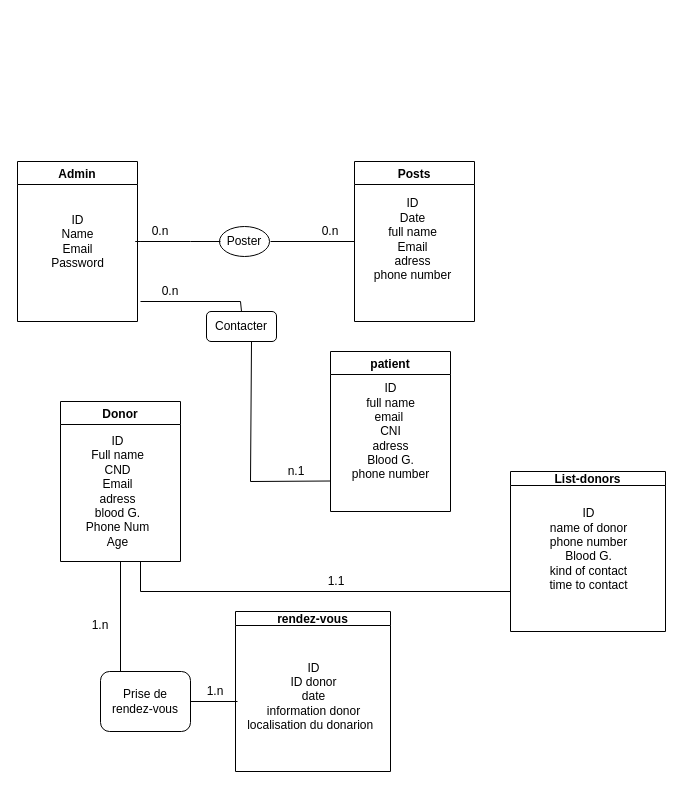
Above: mcd.drawio in chaima-marzouk/projet-fil-rouge (draw.io), before the change. Source tidied: cells renumbered, new cells numbered last; positions are measured from the earlier drawing's top-left corner, leaving out a move shared by most shapes. Both pictures are drawn from the tidied source at 100%, with x=0, y=0 at pixel (17, 161).
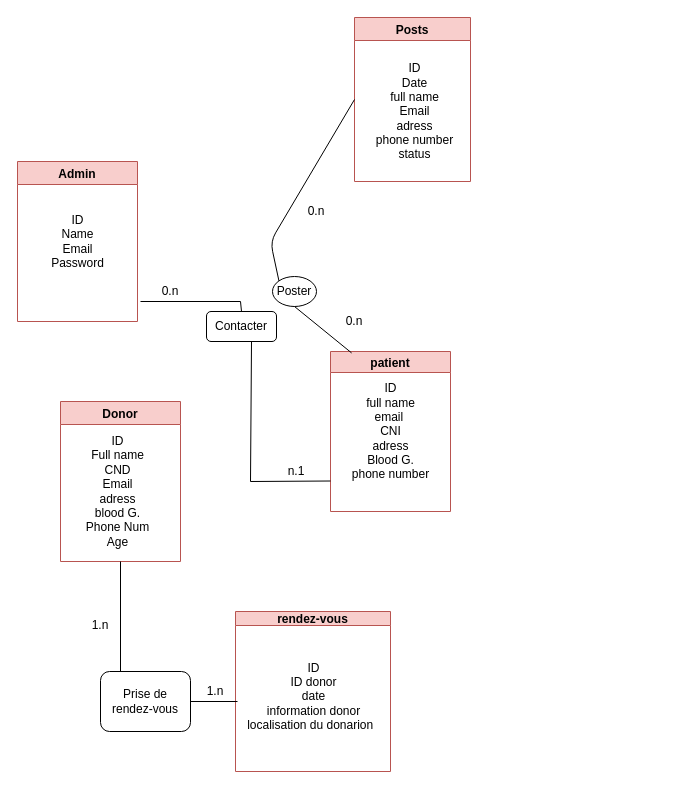
Above is the later version.

Commit message (it also covers changes not shown here):
add new changes in admin page

The edit, as a diff of the source:
```diff
@@
-    <mxCell id="2" value="Admin" style="swimlane;" parent="1" vertex="1">
+    <mxCell id="2" value="Admin" style="swimlane;fillColor=#f8cecc;strokeColor=#b85450;" parent="1" vertex="1">
       <mxGeometry width="120" height="160" as="geometry" />
     </mxCell>
@@
-    <mxCell id="4" value="Posts" style="swimlane;" parent="1" vertex="1">
-      <mxGeometry x="337" width="120" height="160" as="geometry" />
+    <mxCell id="4" value="Posts" style="swimlane;fillColor=#f8cecc;strokeColor=#b85450;" parent="1" vertex="1">
+      <mxGeometry x="337" y="-144" width="116" height="164" as="geometry" />
     </mxCell>
-    <mxCell id="5" value="ID&lt;br&gt;Date&lt;br&gt;full name&lt;br&gt;Email&lt;br&gt;adress&lt;br&gt;phone number" style="text;html=1;align=center;verticalAlign=middle;" parent="4" vertex="1">
-      <mxGeometry x="13" y="33" width="90" height="90" as="geometry" />
+    <mxCell id="5" value="ID&lt;br&gt;Date&lt;br&gt;full name&lt;br&gt;Email&lt;br&gt;adress&lt;br&gt;phone number&lt;br&gt;status" style="text;html=1;align=center;verticalAlign=middle;" parent="4" vertex="1">
+      <mxGeometry x="15" y="44" width="90" height="100" as="geometry" />
     </mxCell>
-    <mxCell id="6" value="Donor" style="swimlane;" parent="1" vertex="1">
+    <mxCell id="6" value="Donor" style="swimlane;fillColor=#f8cecc;strokeColor=#b85450;" parent="1" vertex="1">
       <mxGeometry x="43" y="240" width="120" height="160" as="geometry" />
     </mxCell>
@@
-    <mxCell id="8" value="rendez-vous" style="swimlane;startSize=14;" parent="1" vertex="1">
+    <mxCell id="8" value="rendez-vous" style="swimlane;startSize=14;fillColor=#f8cecc;strokeColor=#b85450;" parent="1" vertex="1">
       <mxGeometry x="218" y="450" width="155" height="160" as="geometry" />
     </mxCell>
@@
     <mxCell id="10" value="Poster" style="ellipse;whiteSpace=wrap;html=1;" parent="1" vertex="1">
-      <mxGeometry x="202" y="65" width="50" height="30" as="geometry" />
+      <mxGeometry x="255" y="115" width="44" height="30" as="geometry" />
     </mxCell>
@@
-    <mxCell id="14" value="patient" style="swimlane;" parent="1" vertex="1">
+    <mxCell id="14" value="patient" style="swimlane;fillColor=#f8cecc;strokeColor=#b85450;startSize=21;" parent="1" vertex="1">
       <mxGeometry x="313" y="190" width="120" height="160" as="geometry" />
     </mxCell>
@@
-    <mxCell id="18" style="endArrow=none;html=1;entryX=0;entryY=0.5;entryDx=0;entryDy=0;" parent="1" edge="1" target="4">
+    <mxCell id="18" style="endArrow=none;html=1;entryX=0;entryY=0.5;entryDx=0;entryDy=0;exitX=0;exitY=0;exitDx=0;exitDy=0;" parent="1" edge="1" source="10" target="4">
       <mxGeometry relative="1" as="geometry">
-        <mxPoint x="253" y="80" as="sourcePoint" />
+        <Array as="points">
+          <mxPoint x="253" y="80" />
+        </Array>
       </mxGeometry>
     </mxCell>
-    <mxCell id="19" style="endArrow=none;html=1;" parent="1" edge="1">
-      <mxGeometry relative="1" as="geometry">
-        <mxPoint x="163" y="80" as="sourcePoint" />
-        <mxPoint x="203" y="80" as="targetPoint" />
-        <Array as="points">
-          <mxPoint x="113" y="80" />
-          <mxPoint x="163" y="80" />
-        </Array>
-      </mxGeometry>
-    </mxCell>
@@
-    <mxCell id="24" value="List-donors" style="swimlane;startSize=14;" parent="1" vertex="1">
-      <mxGeometry x="493" y="310" width="155" height="160" as="geometry" />
-    </mxCell>
-    <mxCell id="25" value="ID&lt;br&gt;name of donor&lt;br&gt;phone number&lt;br&gt;Blood G.&lt;br&gt;kind of contact&lt;br&gt;time to contact&lt;br&gt;&amp;nbsp;&amp;nbsp;" style="text;html=1;align=center;verticalAlign=middle;" parent="24" vertex="1">
-      <mxGeometry x="32.5" y="35" width="90" height="100" as="geometry" />
-    </mxCell>
-    <mxCell id="26" style="endArrow=none;html=1;" parent="1" edge="1">
-      <mxGeometry relative="1" as="geometry">
-        <mxPoint x="123" y="430" as="sourcePoint" />
-        <mxPoint x="123" y="400" as="targetPoint" />
-      </mxGeometry>
-    </mxCell>
-    <mxCell id="27" style="endArrow=none;html=1;" parent="1" edge="1">
-      <mxGeometry relative="1" as="geometry">
-        <mxPoint x="123" y="430" as="sourcePoint" />
-        <mxPoint x="493" y="430" as="targetPoint" />
-      </mxGeometry>
-    </mxCell>
@@
     <mxCell id="29" value="0.n" style="text;html=1;strokeColor=none;fillColor=none;align=center;verticalAlign=middle;whiteSpace=wrap;rounded=0;" parent="1" vertex="1">
-      <mxGeometry x="123" y="60" width="40" height="20" as="geometry" />
+      <mxGeometry x="317" y="150" width="40" height="20" as="geometry" />
     </mxCell>
     <mxCell id="30" value="0.n" style="text;html=1;strokeColor=none;fillColor=none;align=center;verticalAlign=middle;whiteSpace=wrap;rounded=0;" parent="1" vertex="1">
-      <mxGeometry x="293" y="60" width="40" height="20" as="geometry" />
+      <mxGeometry x="279" y="40" width="40" height="20" as="geometry" />
     </mxCell>
@@
-    <mxCell id="34" value="1.1" style="text;html=1;strokeColor=none;fillColor=none;align=center;verticalAlign=middle;whiteSpace=wrap;rounded=0;" parent="1" vertex="1">
-      <mxGeometry x="299" y="410" width="40" height="20" as="geometry" />
+    <mxCell id="34" style="endArrow=none;html=1;exitX=0.5;exitY=1;exitDx=0;exitDy=0;entryX=0.176;entryY=0.009;entryDx=0;entryDy=0;entryPerimeter=0;" parent="1" edge="1" source="10" target="14">
+      <mxGeometry relative="1" as="geometry" />
     </mxCell>
```
